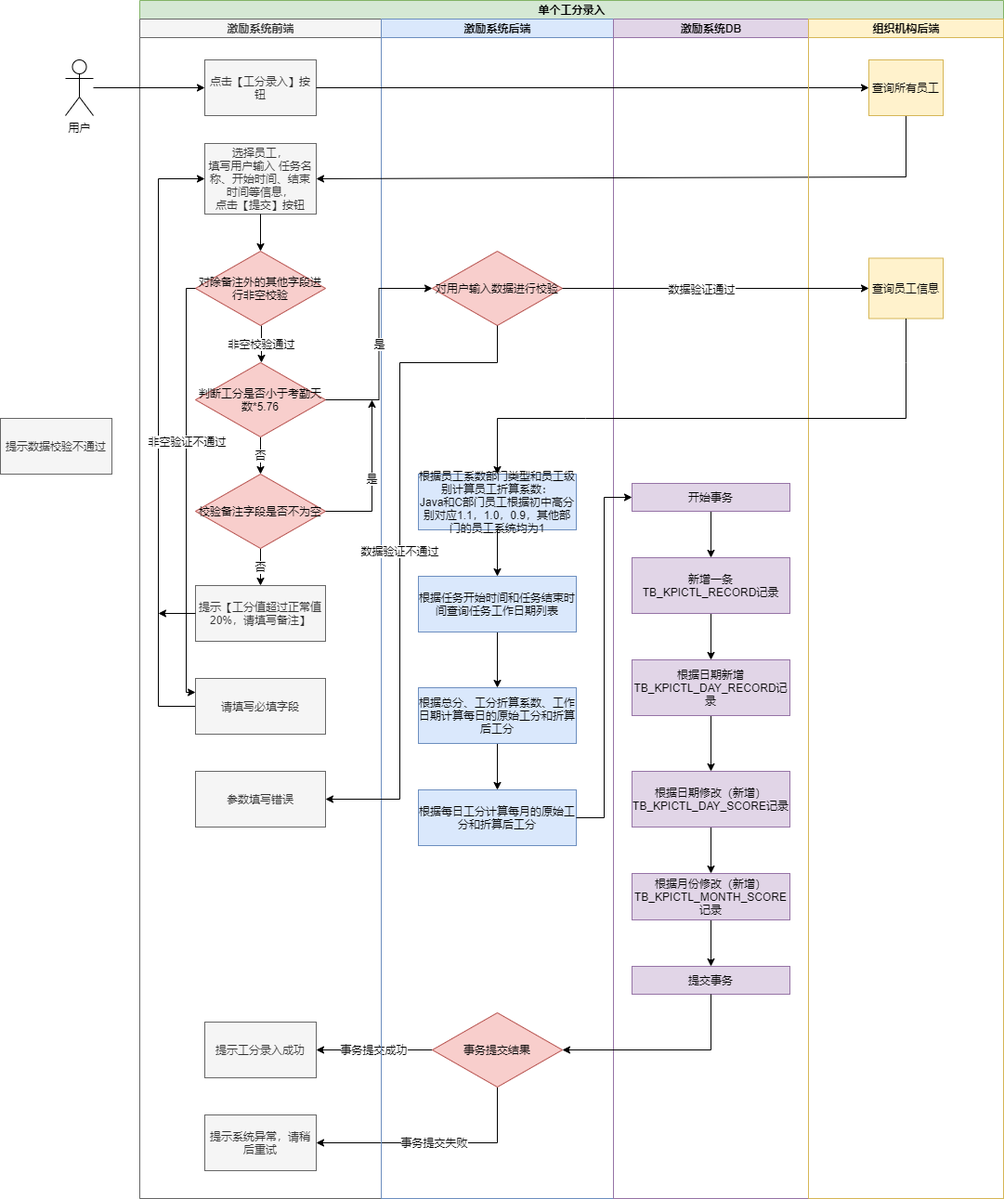
This is 工分录入-单个工分录入.png from julingpu/coffee, a draw.io export, as it was before one commit. Source tidied: cells renumbered, new cells last; positions are measured from the earlier drawing's top-left corner, leaving out a move shared by most shapes.
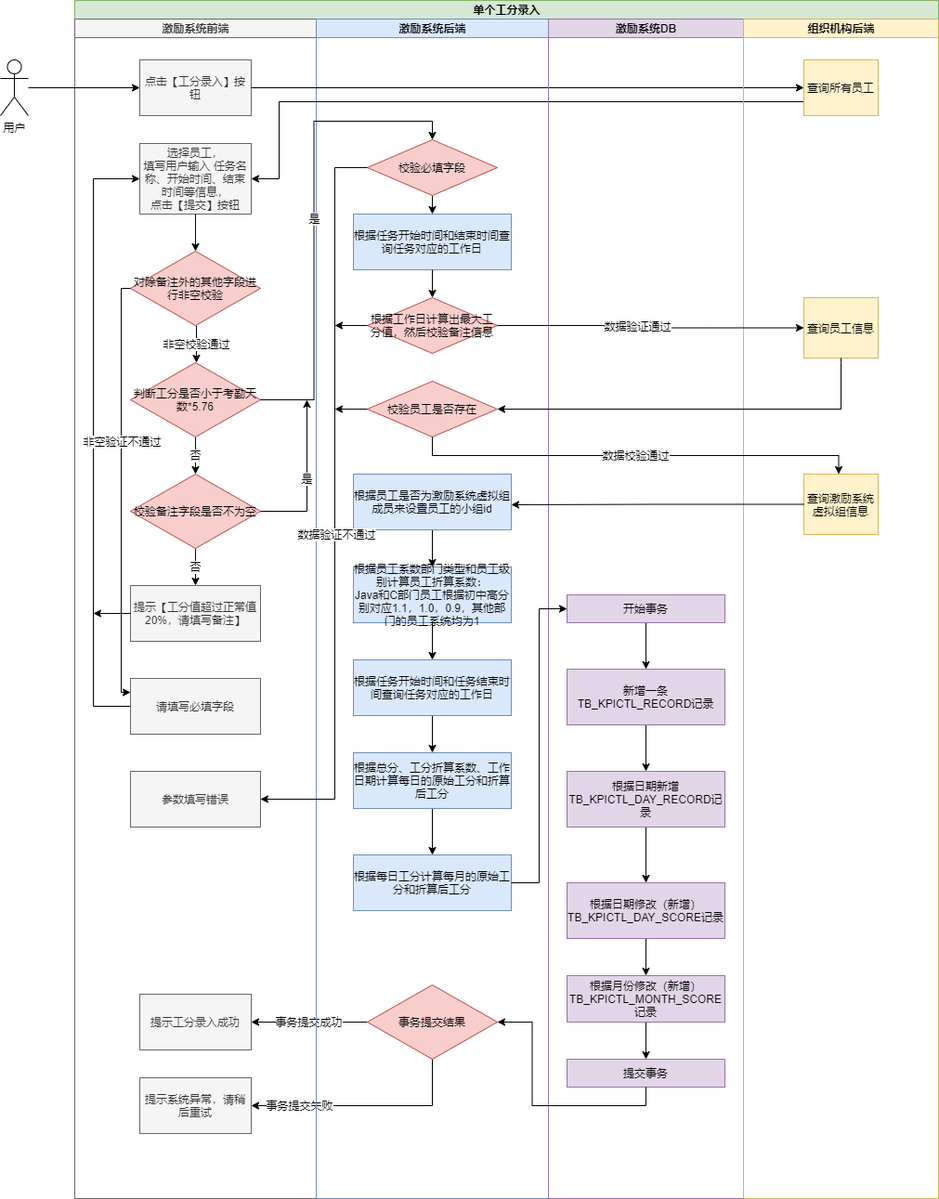
The same diagram one commit later.

Commit message:
Update 工分录入-单个工分录入.png

Change to the diagram source:
```diff
@@ -8,9 +8,12 @@
     <mxCell id="3" value="事务提交成功" style="edgeStyle=orthogonalEdgeStyle;rounded=0;jettySize=auto;html=1;exitX=0;exitY=0.5;exitDx=0;exitDy=0;entryX=1;entryY=0.5;entryDx=0;entryDy=0;" parent="2" edge="1" source="32" target="11">
       <mxGeometry relative="1" as="geometry" />
     </mxCell>
-    <mxCell id="4" value="事务提交失败" style="edgeStyle=orthogonalEdgeStyle;rounded=0;jettySize=auto;html=1;exitX=0.5;exitY=1;exitDx=0;exitDy=0;entryX=1;entryY=0.5;entryDx=0;entryDy=0;" parent="2" edge="1" source="32" target="12">
+    <mxCell id="4" style="edgeStyle=orthogonalEdgeStyle;rounded=0;jettySize=auto;html=1;exitX=0.5;exitY=1;exitDx=0;exitDy=0;entryX=1;entryY=0.5;entryDx=0;entryDy=0;" parent="2" edge="1" source="32" target="12">
       <mxGeometry relative="1" as="geometry" />
     </mxCell>
+    <mxCell id="62" value="事务提交失败" style="edgeLabel;html=1;align=center;verticalAlign=middle;" parent="4" vertex="1">
+      <mxGeometry x="0.59" y="-1" relative="1" as="geometry" />
+    </mxCell>
     <mxCell id="5" value="激励系统前端" style="swimlane;html=1;startSize=20;fillColor=#f5f5f5;strokeColor=#666666;fontColor=#333333;" parent="2" vertex="1">
       <mxGeometry y="20" width="260" height="1270" as="geometry" />
     </mxCell>
@@ -32,10 +35,10 @@
       <mxGeometry x="60" y="250" width="140" height="80" as="geometry" />
     </mxCell>
     <mxCell id="11" value="提示工分录入成功" style="rounded=0;whiteSpace=wrap;html=1;fontFamily=Helvetica;fontSize=12;fontColor=#333333;align=center;fillColor=#f5f5f5;strokeColor=#666666;" parent="5" vertex="1">
-      <mxGeometry x="70" y="1080" width="120" height="60" as="geometry" />
+      <mxGeometry x="70" y="1050" width="120" height="60" as="geometry" />
     </mxCell>
     <mxCell id="12" value="提示系统异常，请稍后重试" style="rounded=0;whiteSpace=wrap;html=1;fontFamily=Helvetica;fontSize=12;fontColor=#333333;align=center;fillColor=#f5f5f5;strokeColor=#666666;" parent="5" vertex="1">
-      <mxGeometry x="70" y="1180" width="120" height="60" as="geometry" />
+      <mxGeometry x="70" y="1140" width="120" height="60" as="geometry" />
     </mxCell>
     <mxCell id="13" value="否" style="edgeStyle=orthogonalEdgeStyle;rounded=0;jettySize=auto;html=1;exitX=0.5;exitY=1;exitDx=0;exitDy=0;entryX=0.5;entryY=0;entryDx=0;entryDy=0;" parent="5" edge="1" source="14" target="16">
       <mxGeometry relative="1" as="geometry" />
@@ -80,33 +83,65 @@
     <mxCell id="23" value="激励系统后端" style="swimlane;html=1;startSize=20;fillColor=#dae8fc;strokeColor=#6c8ebf;" parent="2" vertex="1">
       <mxGeometry x="260" y="20" width="250" height="1270" as="geometry" />
     </mxCell>
+    <mxCell id="63" style="edgeStyle=orthogonalEdgeStyle;rounded=0;jettySize=auto;html=1;exitX=0.5;exitY=1;exitDx=0;exitDy=0;entryX=0.5;entryY=0;entryDx=0;entryDy=0;" parent="23" edge="1" source="24" target="65">
+      <mxGeometry relative="1" as="geometry" />
+    </mxCell>
-    <mxCell id="24" value="对用户输入数据进行校验" style="rhombus;whiteSpace=wrap;html=1;fillColor=#f8cecc;strokeColor=#b85450;" parent="23" vertex="1">
-      <mxGeometry x="55" y="250" width="140" height="80" as="geometry" />
+    <mxCell id="24" value="校验必填字段" style="rhombus;whiteSpace=wrap;html=1;fillColor=#f8cecc;strokeColor=#b85450;" parent="23" vertex="1">
+      <mxGeometry x="55" y="130" width="140" height="60" as="geometry" />
     </mxCell>
     <mxCell id="25" style="edgeStyle=orthogonalEdgeStyle;rounded=0;jettySize=auto;html=1;exitX=0.5;exitY=1;exitDx=0;exitDy=0;entryX=0.5;entryY=0;entryDx=0;entryDy=0;" parent="23" edge="1" source="26" target="30">
       <mxGeometry relative="1" as="geometry" />
     </mxCell>
     <mxCell id="26" value="根据员工系数部门类型和员工级别计算员工折算系数：&lt;br&gt;Java和C部门员工根据初中高分别对应1.1，1.0，0.9，其他部门的员工系统均为1" style="rounded=0;whiteSpace=wrap;html=1;fontFamily=Helvetica;fontSize=12;align=center;fillColor=#dae8fc;strokeColor=#6c8ebf;" parent="23" vertex="1">
-      <mxGeometry x="40" y="490" width="170" height="60" as="geometry" />
+      <mxGeometry x="40" y="590" width="170" height="60" as="geometry" />
     </mxCell>
     <mxCell id="27" style="edgeStyle=orthogonalEdgeStyle;rounded=0;jettySize=auto;html=1;exitX=0.5;exitY=1;exitDx=0;exitDy=0;entryX=0.5;entryY=0;entryDx=0;entryDy=0;" parent="23" edge="1" source="28" target="31">
       <mxGeometry relative="1" as="geometry" />
     </mxCell>
     <mxCell id="28" value="根据总分、工分折算系数、工作日期计算每日的原始工分和折算后工分" style="rounded=0;whiteSpace=wrap;html=1;fontFamily=Helvetica;fontSize=12;align=center;fillColor=#dae8fc;strokeColor=#6c8ebf;" parent="23" vertex="1">
-      <mxGeometry x="40" y="720" width="170" height="60" as="geometry" />
+      <mxGeometry x="40" y="790" width="170" height="60" as="geometry" />
     </mxCell>
     <mxCell id="29" style="edgeStyle=orthogonalEdgeStyle;rounded=0;jettySize=auto;html=1;exitX=0.5;exitY=1;exitDx=0;exitDy=0;" parent="23" edge="1" source="30" target="28">
       <mxGeometry relative="1" as="geometry" />
     </mxCell>
-    <mxCell id="30" value="根据任务开始时间和任务结束时间查询任务工作日期列表" style="rounded=0;whiteSpace=wrap;html=1;fontFamily=Helvetica;fontSize=12;align=center;fillColor=#dae8fc;strokeColor=#6c8ebf;" parent="23" vertex="1">
-      <mxGeometry x="40" y="600" width="170" height="60" as="geometry" />
+    <mxCell id="30" value="根据任务开始时间和任务结束时间查询任务对应的工作日" style="rounded=0;whiteSpace=wrap;html=1;fontFamily=Helvetica;fontSize=12;align=center;fillColor=#dae8fc;strokeColor=#6c8ebf;" parent="23" vertex="1">
+      <mxGeometry x="40" y="690" width="170" height="60" as="geometry" />
     </mxCell>
     <mxCell id="31" value="根据每日工分计算每月的原始工分和折算后工分" style="rounded=0;whiteSpace=wrap;html=1;fontFamily=Helvetica;fontSize=12;align=center;fillColor=#dae8fc;strokeColor=#6c8ebf;" parent="23" vertex="1">
-      <mxGeometry x="40" y="830" width="170" height="60" as="geometry" />
+      <mxGeometry x="40" y="900" width="170" height="60" as="geometry" />
     </mxCell>
     <mxCell id="32" value="事务提交结果" style="rhombus;whiteSpace=wrap;html=1;fillColor=#f8cecc;strokeColor=#b85450;" parent="23" vertex="1">
-      <mxGeometry x="55" y="1070" width="140" height="80" as="geometry" />
+      <mxGeometry x="55" y="1040" width="140" height="80" as="geometry" />
     </mxCell>
+    <mxCell id="64" value="根据工作日计算出最大工分值，然后校验备注信息" style="rhombus;whiteSpace=wrap;html=1;fillColor=#f8cecc;strokeColor=#b85450;" parent="23" vertex="1">
+      <mxGeometry x="55" y="300" width="140" height="60" as="geometry" />
+    </mxCell>
+    <mxCell id="65" value="根据任务开始时间和结束时间查询任务对应的工作日" style="rounded=0;whiteSpace=wrap;html=1;fontFamily=Helvetica;fontSize=12;align=center;fillColor=#dae8fc;strokeColor=#6c8ebf;" parent="23" vertex="1">
+      <mxGeometry x="40" y="210" width="170" height="60" as="geometry" />
+    </mxCell>
+    <mxCell id="66" value="校验员工是否存在" style="rhombus;whiteSpace=wrap;html=1;fillColor=#f8cecc;strokeColor=#b85450;" parent="23" vertex="1">
+      <mxGeometry x="55" y="390" width="140" height="60" as="geometry" />
+    </mxCell>
+    <mxCell id="67" style="edgeStyle=orthogonalEdgeStyle;rounded=0;jettySize=auto;html=1;exitX=0.5;exitY=1;exitDx=0;exitDy=0;entryX=0.5;entryY=0;entryDx=0;entryDy=0;" parent="23" edge="1" source="65" target="64">
+      <mxGeometry relative="1" as="geometry" />
+    </mxCell>
+    <mxCell id="68" style="edgeStyle=orthogonalEdgeStyle;rounded=0;jettySize=auto;html=1;exitX=0.5;exitY=1;exitDx=0;exitDy=0;entryX=0.5;entryY=0;entryDx=0;entryDy=0;" parent="23" edge="1" source="69" target="26">
+      <mxGeometry relative="1" as="geometry" />
+    </mxCell>
+    <mxCell id="69" value="根据员工是否为激励系统虚拟组成员来设置员工的小组id" style="rounded=0;whiteSpace=wrap;html=1;fontFamily=Helvetica;fontSize=12;align=center;fillColor=#dae8fc;strokeColor=#6c8ebf;" parent="23" vertex="1">
+      <mxGeometry x="40" y="490" width="170" height="60" as="geometry" />
+    </mxCell>
+    <mxCell id="45" style="endArrow=classic;html=1;entryX=0;entryY=0.5;entryDx=0;entryDy=0;" parent="2" edge="1" source="6" target="48">
+      <mxGeometry relative="1" as="geometry" />
+    </mxCell>
+    <mxCell id="46" style="endArrow=classic;html=1;exitX=0;exitY=0.75;exitDx=0;exitDy=0;entryX=1;entryY=0.5;entryDx=0;entryDy=0;rounded=0;" parent="2" edge="1" source="48" target="7">
+      <mxGeometry relative="1" as="geometry">
+        <Array as="points">
+          <mxPoint x="220" y="109" />
+          <mxPoint x="220" y="192" />
+        </Array>
+      </mxGeometry>
+    </mxCell>
     <mxCell id="33" value="激励系统DB" style="swimlane;html=1;startSize=20;fillColor=#e1d5e7;strokeColor=#9673a6;" parent="2" vertex="1">
       <mxGeometry x="510" y="20" width="210" height="1270" as="geometry" />
     </mxCell>
@@ -114,45 +149,35 @@
       <mxGeometry relative="1" as="geometry" />
     </mxCell>
     <mxCell id="35" value="新增一条TB_KPICTL_RECORD记录" style="rounded=0;whiteSpace=wrap;html=1;fontFamily=Helvetica;fontSize=12;align=center;fillColor=#e1d5e7;strokeColor=#9673a6;" parent="33" vertex="1">
-      <mxGeometry x="20" y="580" width="170" height="60" as="geometry" />
+      <mxGeometry x="20" y="700" width="170" height="60" as="geometry" />
     </mxCell>
     <mxCell id="36" style="edgeStyle=orthogonalEdgeStyle;rounded=0;jettySize=auto;html=1;exitX=0.5;exitY=1;exitDx=0;exitDy=0;entryX=0.5;entryY=0;entryDx=0;entryDy=0;" parent="33" edge="1" source="37" target="39">
       <mxGeometry relative="1" as="geometry" />
     </mxCell>
     <mxCell id="37" value="根据日期新增TB_KPICTL_DAY_RECORD记录" style="rounded=0;whiteSpace=wrap;html=1;fontFamily=Helvetica;fontSize=12;align=center;fillColor=#e1d5e7;strokeColor=#9673a6;" parent="33" vertex="1">
-      <mxGeometry x="20" y="690" width="170" height="60" as="geometry" />
+      <mxGeometry x="20" y="810" width="170" height="60" as="geometry" />
     </mxCell>
     <mxCell id="38" style="edgeStyle=orthogonalEdgeStyle;rounded=0;jettySize=auto;html=1;exitX=0.5;exitY=1;exitDx=0;exitDy=0;entryX=0.5;entryY=0;entryDx=0;entryDy=0;" parent="33" edge="1" source="39" target="41">
       <mxGeometry relative="1" as="geometry" />
     </mxCell>
     <mxCell id="39" value="根据日期修改（新增）TB_KPICTL_DAY_SCORE记录" style="rounded=0;whiteSpace=wrap;html=1;fontFamily=Helvetica;fontSize=12;align=center;fillColor=#e1d5e7;strokeColor=#9673a6;" parent="33" vertex="1">
-      <mxGeometry x="20" y="810" width="170" height="60" as="geometry" />
+      <mxGeometry x="20" y="930" width="170" height="60" as="geometry" />
     </mxCell>
     <mxCell id="40" style="edgeStyle=orthogonalEdgeStyle;rounded=0;jettySize=auto;html=1;exitX=0.5;exitY=1;exitDx=0;exitDy=0;entryX=0.5;entryY=0;entryDx=0;entryDy=0;" parent="33" edge="1" source="41" target="44">
       <mxGeometry relative="1" as="geometry" />
     </mxCell>
     <mxCell id="41" value="根据月份修改（新增）TB_KPICTL_MONTH_SCORE记录" style="rounded=0;whiteSpace=wrap;html=1;fontFamily=Helvetica;fontSize=12;align=center;fillColor=#e1d5e7;strokeColor=#9673a6;" parent="33" vertex="1">
-      <mxGeometry x="20" y="920" width="170" height="50" as="geometry" />
+      <mxGeometry x="20" y="1030" width="170" height="50" as="geometry" />
     </mxCell>
     <mxCell id="42" style="edgeStyle=orthogonalEdgeStyle;rounded=0;jettySize=auto;html=1;exitX=0.5;exitY=1;exitDx=0;exitDy=0;" parent="33" edge="1" source="43" target="35">
       <mxGeometry relative="1" as="geometry" />
     </mxCell>
     <mxCell id="43" value="开始事务" style="rounded=0;whiteSpace=wrap;html=1;fontFamily=Helvetica;fontSize=12;align=center;fillColor=#e1d5e7;strokeColor=#9673a6;" parent="33" vertex="1">
-      <mxGeometry x="20" y="500" width="170" height="30" as="geometry" />
+      <mxGeometry x="20" y="620" width="170" height="30" as="geometry" />
     </mxCell>
     <mxCell id="44" value="提交事务" style="rounded=0;whiteSpace=wrap;html=1;fontFamily=Helvetica;fontSize=12;align=center;fillColor=#e1d5e7;strokeColor=#9673a6;" parent="33" vertex="1">
-      <mxGeometry x="20" y="1020" width="170" height="30" as="geometry" />
+      <mxGeometry x="20" y="1120" width="170" height="30" as="geometry" />
     </mxCell>
-    <mxCell id="45" style="endArrow=classic;html=1;entryX=0;entryY=0.5;entryDx=0;entryDy=0;" parent="2" edge="1" source="6" target="48">
-      <mxGeometry relative="1" as="geometry" />
-    </mxCell>
-    <mxCell id="46" style="endArrow=classic;html=1;exitX=0.5;exitY=1;exitDx=0;exitDy=0;entryX=1;entryY=0.5;entryDx=0;entryDy=0;rounded=0;" parent="2" edge="1" source="48" target="7">
-      <mxGeometry relative="1" as="geometry">
-        <Array as="points">
-          <mxPoint x="825" y="190" />
-        </Array>
-      </mxGeometry>
-    </mxCell>
     <mxCell id="47" value="组织机构后端" style="swimlane;html=1;startSize=20;fillColor=#fff2cc;strokeColor=#d6b656;" parent="2" vertex="1">
       <mxGeometry x="720" y="20" width="210" height="1270" as="geometry" />
     </mxCell>
@@ -160,20 +185,24 @@
       <mxGeometry x="65" y="44" width="80" height="60" as="geometry" />
     </mxCell>
     <mxCell id="49" value="查询员工信息" style="rounded=0;whiteSpace=wrap;html=1;fontFamily=Helvetica;fontSize=12;align=center;fillColor=#fff2cc;strokeColor=#d6b656;" parent="47" vertex="1">
-      <mxGeometry x="65" y="257.5" width="80" height="65" as="geometry" />
+      <mxGeometry x="65" y="300" width="80" height="65" as="geometry" />
     </mxCell>
+    <mxCell id="70" value="查询激励系统虚拟组信息" style="rounded=0;whiteSpace=wrap;html=1;fontFamily=Helvetica;fontSize=12;align=center;fillColor=#fff2cc;strokeColor=#d6b656;" parent="47" vertex="1">
+      <mxGeometry x="65" y="490" width="80" height="65" as="geometry" />
+    </mxCell>
-    <mxCell id="50" style="endArrow=classic;html=1;exitX=0.5;exitY=1;exitDx=0;exitDy=0;entryX=0.5;entryY=0;entryDx=0;entryDy=0;rounded=0;" parent="2" edge="1" source="49" target="26">
+    <mxCell id="50" style="endArrow=classic;html=1;exitX=0.5;exitY=1;exitDx=0;exitDy=0;entryX=1;entryY=0.5;entryDx=0;entryDy=0;rounded=0;" parent="2" edge="1" source="49" target="66">
       <mxGeometry relative="1" as="geometry">
         <Array as="points">
           <mxPoint x="825" y="390" />
-          <mxPoint x="825" y="450" />
-          <mxPoint x="480" y="450" />
-          <mxPoint x="385" y="450" />
+          <mxPoint x="825" y="440" />
+          <mxPoint x="510" y="440" />
         </Array>
       </mxGeometry>
     </mxCell>
-    <mxCell id="51" style="edgeStyle=orthogonalEdgeStyle;rounded=0;jettySize=auto;html=1;exitX=1;exitY=0.5;exitDx=0;exitDy=0;entryX=0;entryY=0.5;entryDx=0;entryDy=0;" parent="2" edge="1" source="24" target="49">
-      <mxGeometry relative="1" as="geometry" />
+    <mxCell id="51" style="edgeStyle=orthogonalEdgeStyle;rounded=0;jettySize=auto;html=1;entryX=0;entryY=0.5;entryDx=0;entryDy=0;" parent="2" edge="1" target="49">
+      <mxGeometry relative="1" as="geometry">
+        <mxPoint x="455" y="350" as="sourcePoint" />
+      </mxGeometry>
     </mxCell>
     <mxCell id="52" value="数据验证通过" style="edgeLabel;html=1;align=center;verticalAlign=middle;" parent="51" vertex="1">
       <mxGeometry x="-0.1" relative="1" as="geometry" />
@@ -184,27 +213,36 @@
     <mxCell id="54" style="edgeStyle=orthogonalEdgeStyle;rounded=0;jettySize=auto;html=1;exitX=0.5;exitY=1;exitDx=0;exitDy=0;entryX=1;entryY=0.5;entryDx=0;entryDy=0;" parent="2" edge="1" source="44" target="32">
       <mxGeometry relative="1" as="geometry" />
     </mxCell>
-    <mxCell id="55" value="数据验证不通过" style="edgeStyle=orthogonalEdgeStyle;rounded=0;jettySize=auto;html=1;exitX=0.5;exitY=1;exitDx=0;exitDy=0;entryX=1;entryY=0.5;entryDx=0;entryDy=0;" parent="2" edge="1" source="24" target="22">
+    <mxCell id="55" style="edgeStyle=orthogonalEdgeStyle;rounded=0;jettySize=auto;html=1;exitX=0;exitY=0.5;exitDx=0;exitDy=0;entryX=1;entryY=0.5;entryDx=0;entryDy=0;" parent="2" edge="1" source="24" target="22">
       <mxGeometry relative="1" as="geometry">
         <Array as="points">
-          <mxPoint x="385" y="390" />
-          <mxPoint x="280" y="390" />
+          <mxPoint x="280" y="180" />
           <mxPoint x="280" y="860" />
         </Array>
       </mxGeometry>
     </mxCell>
+    <mxCell id="71" value="数据验证不通过" style="edgeLabel;html=1;align=center;verticalAlign=middle;" parent="55" vertex="1">
+      <mxGeometry x="0.08" y="1" relative="1" as="geometry" />
+    </mxCell>
-    <mxCell id="56" value="是" style="edgeStyle=orthogonalEdgeStyle;rounded=0;jettySize=auto;html=1;exitX=1;exitY=0.5;exitDx=0;exitDy=0;entryX=0;entryY=0.5;entryDx=0;entryDy=0;" parent="2" edge="1" source="14" target="24">
+    <mxCell id="56" value="是" style="edgeStyle=orthogonalEdgeStyle;rounded=0;jettySize=auto;html=1;exitX=1;exitY=0.5;exitDx=0;exitDy=0;entryX=0.5;entryY=0;entryDx=0;entryDy=0;" parent="2" edge="1" source="14" target="24">
       <mxGeometry relative="1" as="geometry" />
     </mxCell>
+    <mxCell id="72" value="数据校验通过" style="edgeStyle=orthogonalEdgeStyle;rounded=0;jettySize=auto;html=1;exitX=0.5;exitY=1;exitDx=0;exitDy=0;entryX=0.5;entryY=0;entryDx=0;entryDy=0;" parent="2" edge="1" source="66">
+      <mxGeometry relative="1" as="geometry">
+        <mxPoint x="822.5" y="510" as="targetPoint" />
+      </mxGeometry>
+    </mxCell>
+    <mxCell id="73" style="edgeStyle=orthogonalEdgeStyle;rounded=0;jettySize=auto;html=1;exitX=0;exitY=0.5;exitDx=0;exitDy=0;" parent="2" edge="1" source="70">
+      <mxGeometry relative="1" as="geometry">
+        <mxPoint x="470" y="543" as="targetPoint" />
+      </mxGeometry>
+    </mxCell>
     <mxCell id="57" style="edgeStyle=orthogonalEdgeStyle;rounded=0;jettySize=auto;html=1;entryX=0;entryY=0.5;entryDx=0;entryDy=0;" parent="1" edge="1" source="58" target="6">
       <mxGeometry relative="1" as="geometry" />
     </mxCell>
     <mxCell id="58" value="用户" style="shape=umlActor;verticalLabelPosition=bottom;verticalAlign=top;html=1;outlineConnect=0;" parent="1" vertex="1">
       <mxGeometry x="70" y="64" width="30" height="60" as="geometry" />
     </mxCell>
-    <mxCell id="59" value="提示数据校验不通过" style="rounded=0;whiteSpace=wrap;html=1;fontFamily=Helvetica;fontSize=12;fontColor=#333333;align=center;fillColor=#f5f5f5;strokeColor=#666666;" parent="1" vertex="1">
-      <mxGeometry y="450" width="120" height="60" as="geometry" />
-    </mxCell>
     <mxCell id="60" style="edgeStyle=orthogonalEdgeStyle;rounded=0;jettySize=auto;html=1;exitX=0;exitY=0.5;exitDx=0;exitDy=0;" parent="1" edge="1" source="17">
       <mxGeometry relative="1" as="geometry">
         <mxPoint x="170" y="660" as="targetPoint" />
@@ -215,5 +253,15 @@
         <mxPoint x="400" y="430" as="targetPoint" />
       </mxGeometry>
     </mxCell>
+    <mxCell id="74" style="edgeStyle=orthogonalEdgeStyle;rounded=0;jettySize=auto;html=1;exitX=0;exitY=0.5;exitDx=0;exitDy=0;" parent="1" edge="1" source="64">
+      <mxGeometry relative="1" as="geometry">
+        <mxPoint x="430" y="350" as="targetPoint" />
+      </mxGeometry>
+    </mxCell>
+    <mxCell id="75" style="edgeStyle=orthogonalEdgeStyle;rounded=0;jettySize=auto;html=1;exitX=0;exitY=0.5;exitDx=0;exitDy=0;" parent="1" edge="1" source="66">
+      <mxGeometry relative="1" as="geometry">
+        <mxPoint x="430" y="440" as="targetPoint" />
+      </mxGeometry>
+    </mxCell>
   </root>
 </mxGraphModel>
```
